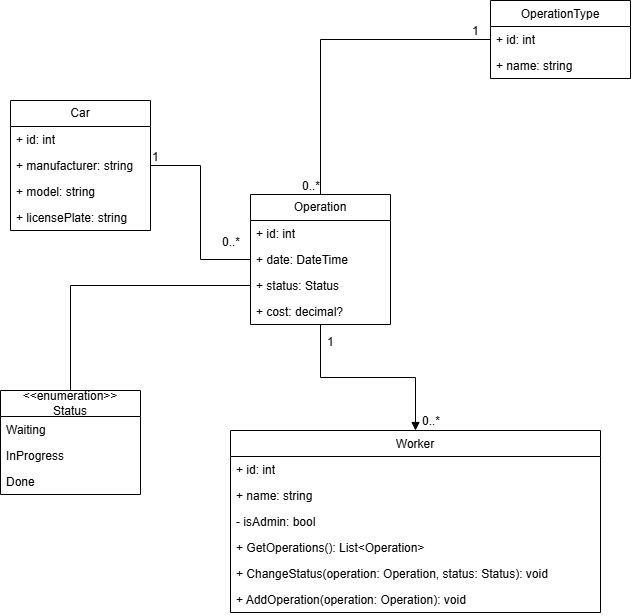
EdRemets/Programmeerimine2 keeps this draw.io diagram as CarParkOperation.drawio.png. Above is the earlier version. Source tidied: cells renumbered, new cells last; positions are measured from the earlier drawing's top-left corner, leaving out a move shared by most shapes.
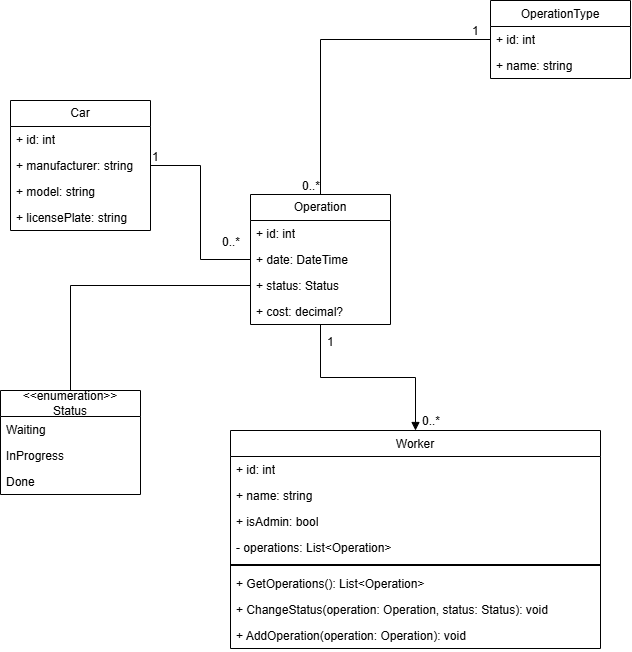
Later version of the same file.

What changed in the source:
```diff
@@ -54,7 +54,7 @@
       <mxGeometry x="-1" relative="1" as="geometry" />
     </mxCell>
     <mxCell id="19" value="Worker" style="swimlane;fontStyle=0;horizontal=1;startSize=26;fillColor=none;whiteSpace=wrap;html=1;align=center;verticalAlign=top;fontFamily=Helvetica;fontSize=12;fontColor=default;" parent="1" vertex="1">
-      <mxGeometry x="230" y="430" width="370" height="182" as="geometry" />
+      <mxGeometry x="230" y="430" width="370" height="218" as="geometry" />
     </mxCell>
     <mxCell id="20" value="+ id: int" style="text;strokeColor=none;fillColor=none;align=left;verticalAlign=top;spacingLeft=4;spacingRight=4;overflow=hidden;whiteSpace=wrap;html=1;fontFamily=Helvetica;fontSize=12;fontColor=default;" parent="19" vertex="1">
       <mxGeometry y="26" width="370" height="26" as="geometry" />
@@ -62,17 +62,23 @@
     <mxCell id="21" value="+ name: string" style="text;strokeColor=none;fillColor=none;align=left;verticalAlign=top;spacingLeft=4;spacingRight=4;overflow=hidden;whiteSpace=wrap;html=1;fontFamily=Helvetica;fontSize=12;fontColor=default;" parent="19" vertex="1">
       <mxGeometry y="52" width="370" height="26" as="geometry" />
     </mxCell>
-    <mxCell id="22" value="- isAdmin: bool" style="text;strokeColor=none;fillColor=none;align=left;verticalAlign=top;spacingLeft=4;spacingRight=4;overflow=hidden;whiteSpace=wrap;html=1;fontFamily=Helvetica;fontSize=12;fontColor=default;" parent="19" vertex="1">
+    <mxCell id="22" value="+ isAdmin: bool" style="text;strokeColor=none;fillColor=none;align=left;verticalAlign=top;spacingLeft=4;spacingRight=4;overflow=hidden;whiteSpace=wrap;html=1;fontFamily=Helvetica;fontSize=12;fontColor=default;" parent="19" vertex="1">
       <mxGeometry y="78" width="370" height="26" as="geometry" />
     </mxCell>
+    <mxCell id="36" value="- operations: List&amp;lt;Operation&amp;gt;" style="text;strokeColor=none;fillColor=none;align=left;verticalAlign=top;spacingLeft=4;spacingRight=4;overflow=hidden;whiteSpace=wrap;html=1;fontFamily=Helvetica;fontSize=12;fontColor=default;" parent="19" vertex="1">
+      <mxGeometry y="104" width="370" height="26" as="geometry" />
+    </mxCell>
+    <mxCell id="37" style="line;strokeWidth=2;html=1;" parent="19" vertex="1">
+      <mxGeometry y="130" width="370" height="10" as="geometry" />
+    </mxCell>
-    <mxCell id="23" value="+ GetOperations(): List&amp;lt;Operation&amp;gt;&amp;nbsp;" style="text;strokeColor=none;fillColor=none;align=left;verticalAlign=top;spacingLeft=4;spacingRight=4;overflow=hidden;whiteSpace=wrap;html=1;fontFamily=Helvetica;fontSize=12;fontColor=default;" parent="19" vertex="1">
-      <mxGeometry y="104" width="370" height="26" as="geometry" />
+    <mxCell id="23" value="+ GetOperations(): List&amp;lt;Operation&amp;gt;&amp;nbsp;" style="text;strokeColor=none;fillColor=none;align=left;verticalAlign=top;spacingLeft=4;spacingRight=4;overflow=hidden;whiteSpace=wrap;html=1;fontFamily=Helvetica;fontSize=12;fontColor=default;perimeterSpacing=0;strokeWidth=1;" parent="19" vertex="1">
+      <mxGeometry y="140" width="370" height="26" as="geometry" />
     </mxCell>
     <mxCell id="24" value="+ ChangeStatus(operation: Operation, status: Status): void&amp;nbsp;" style="text;strokeColor=none;fillColor=none;align=left;verticalAlign=top;spacingLeft=4;spacingRight=4;overflow=hidden;whiteSpace=wrap;html=1;fontFamily=Helvetica;fontSize=12;fontColor=default;" parent="19" vertex="1">
-      <mxGeometry y="130" width="370" height="26" as="geometry" />
+      <mxGeometry y="166" width="370" height="26" as="geometry" />
     </mxCell>
     <mxCell id="25" value="+ AddOperation(operation: Operation): void&amp;nbsp;" style="text;strokeColor=none;fillColor=none;align=left;verticalAlign=top;spacingLeft=4;spacingRight=4;overflow=hidden;whiteSpace=wrap;html=1;fontFamily=Helvetica;fontSize=12;fontColor=default;" parent="19" vertex="1">
-      <mxGeometry y="156" width="370" height="26" as="geometry" />
+      <mxGeometry y="192" width="370" height="26" as="geometry" />
     </mxCell>
     <mxCell id="26" value="OperationType" style="swimlane;fontStyle=0;horizontal=1;startSize=26;fillColor=none;whiteSpace=wrap;html=1;align=center;verticalAlign=top;fontFamily=Helvetica;fontSize=12;fontColor=default;" parent="1" vertex="1">
       <mxGeometry x="490" width="140" height="78" as="geometry" />
```
